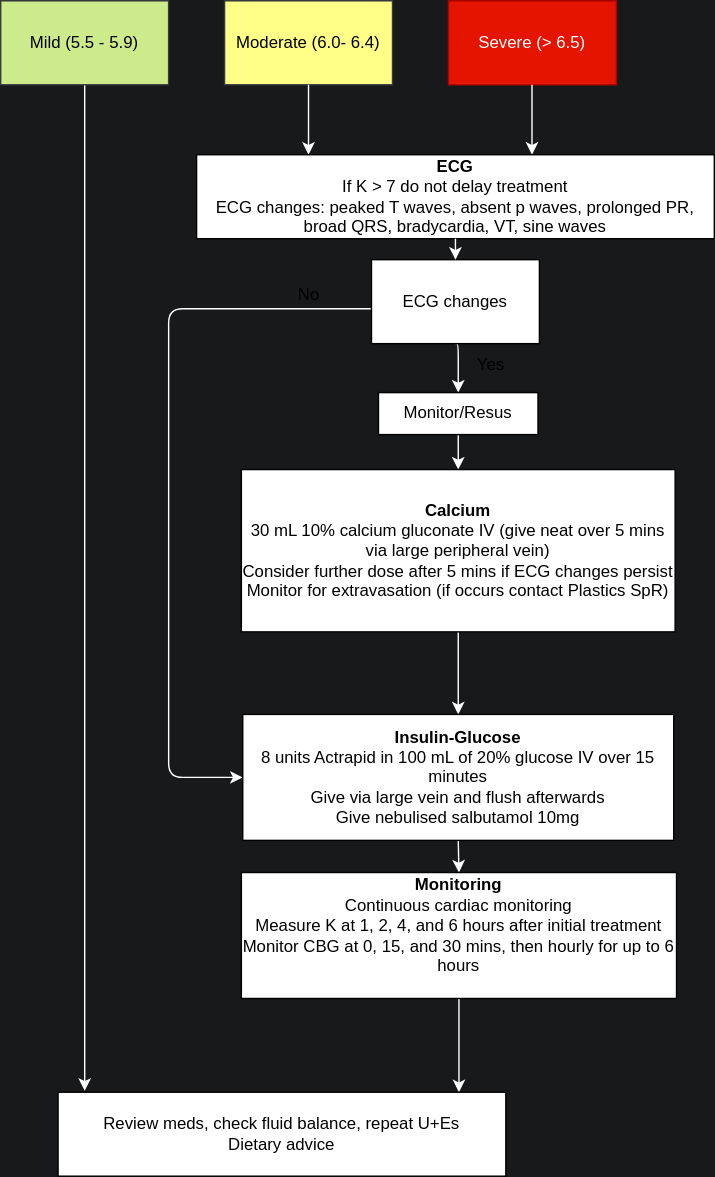
PizzaMyHeart/bart keeps this draw.io diagram as static/img/hyperkalaemia.svg. Above is the earlier version. Source tidied: cells renumbered, new cells last; positions are measured from the earlier drawing's top-left corner, leaving out a move shared by most shapes.
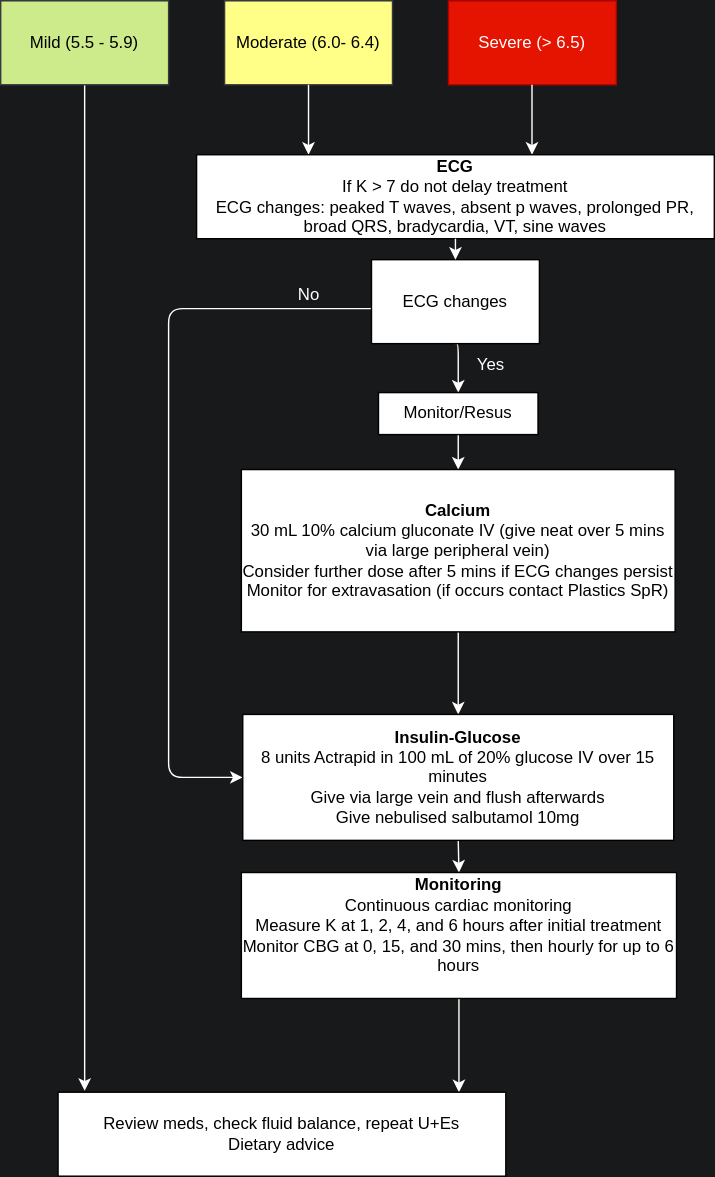
Above is the later version.

Commit message:
font color to white

The edit, as a diff of the source:
```diff
@@ -56,7 +56,7 @@
     <mxCell id="14" value="Monitor/Resus" style="rounded=0;whiteSpace=wrap;html=1;" parent="1" vertex="1">
       <mxGeometry x="270" y="280" width="114" height="30" as="geometry" />
     </mxCell>
-    <mxCell id="15" value="Yes" style="text;html=1;align=center;verticalAlign=middle;strokeColor=none;fillColor=none;" parent="1" vertex="1">
+    <mxCell id="15" value="Yes" style="text;html=1;align=center;verticalAlign=middle;strokeColor=none;fillColor=none;fontColor=#FFFFFF;" parent="1" vertex="1">
       <mxGeometry x="330" y="250" width="40" height="20" as="geometry" />
     </mxCell>
     <mxCell id="16" style="edgeStyle=orthogonalEdgeStyle;rounded=1;jettySize=auto;html=1;entryX=0.5;entryY=0;entryDx=0;entryDy=0;entryPerimeter=0;strokeColor=#FFFFFF;" parent="1" edge="1" source="17" target="19">
@@ -71,7 +71,7 @@
     <mxCell id="19" value="&lt;div&gt;&lt;b&gt;Insulin-Glucose&lt;/b&gt;&lt;/div&gt;&lt;div&gt;8 units Actrapid in 100 mL of 20% glucose IV over 15 minutes&lt;/div&gt;&lt;div&gt;Give via large vein and flush afterwards&lt;/div&gt;&lt;div&gt;Give nebulised salbutamol 10mg&lt;br&gt;&lt;/div&gt;" style="rounded=0;whiteSpace=wrap;html=1;" parent="1" vertex="1">
       <mxGeometry x="173" y="510" width="308" height="90" as="geometry" />
     </mxCell>
-    <mxCell id="20" value="No" style="text;html=1;align=center;verticalAlign=middle;strokeColor=none;fillColor=none;" parent="1" vertex="1">
+    <mxCell id="20" value="No" style="text;html=1;align=center;verticalAlign=middle;strokeColor=none;fillColor=none;fontColor=#FFFFFF;" parent="1" vertex="1">
       <mxGeometry x="205" y="200" width="30" height="20" as="geometry" />
     </mxCell>
     <mxCell id="21" style="edgeStyle=orthogonalEdgeStyle;rounded=1;jettySize=auto;html=1;strokeColor=#FFFFFF;" parent="1" edge="1" source="22" target="23">
```
